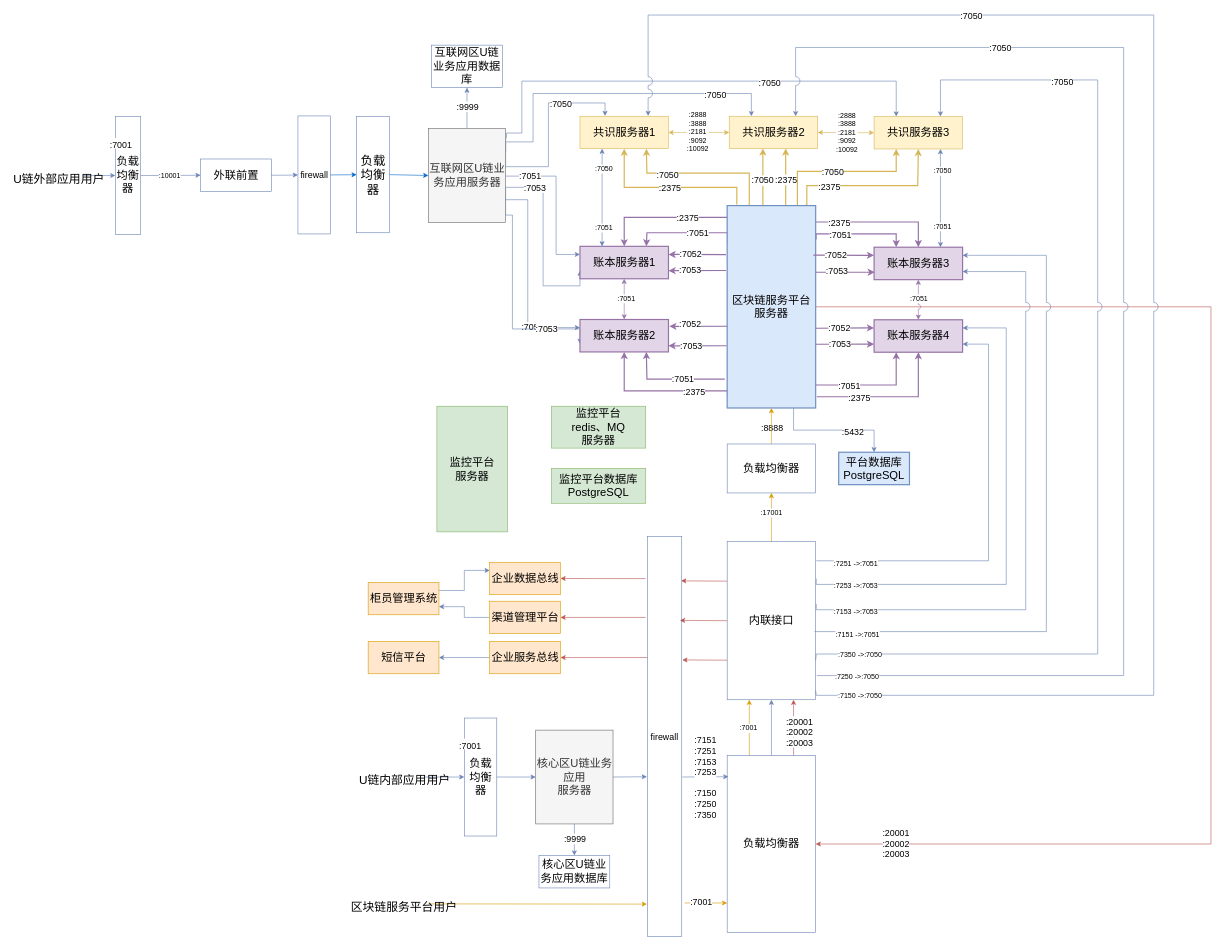
This is repository/drawio/postb/网络拓扑图.drawio from dilide/collections, a draw.io file, before an edit. Source tidied: cells renumbered, new cells numbered last; positions are measured from the earlier drawing's top-left corner, leaving out a move shared by most shapes. Both pictures are drawn from the tidied source at 59%, with x=0, y=0 at pixel (10, 15).
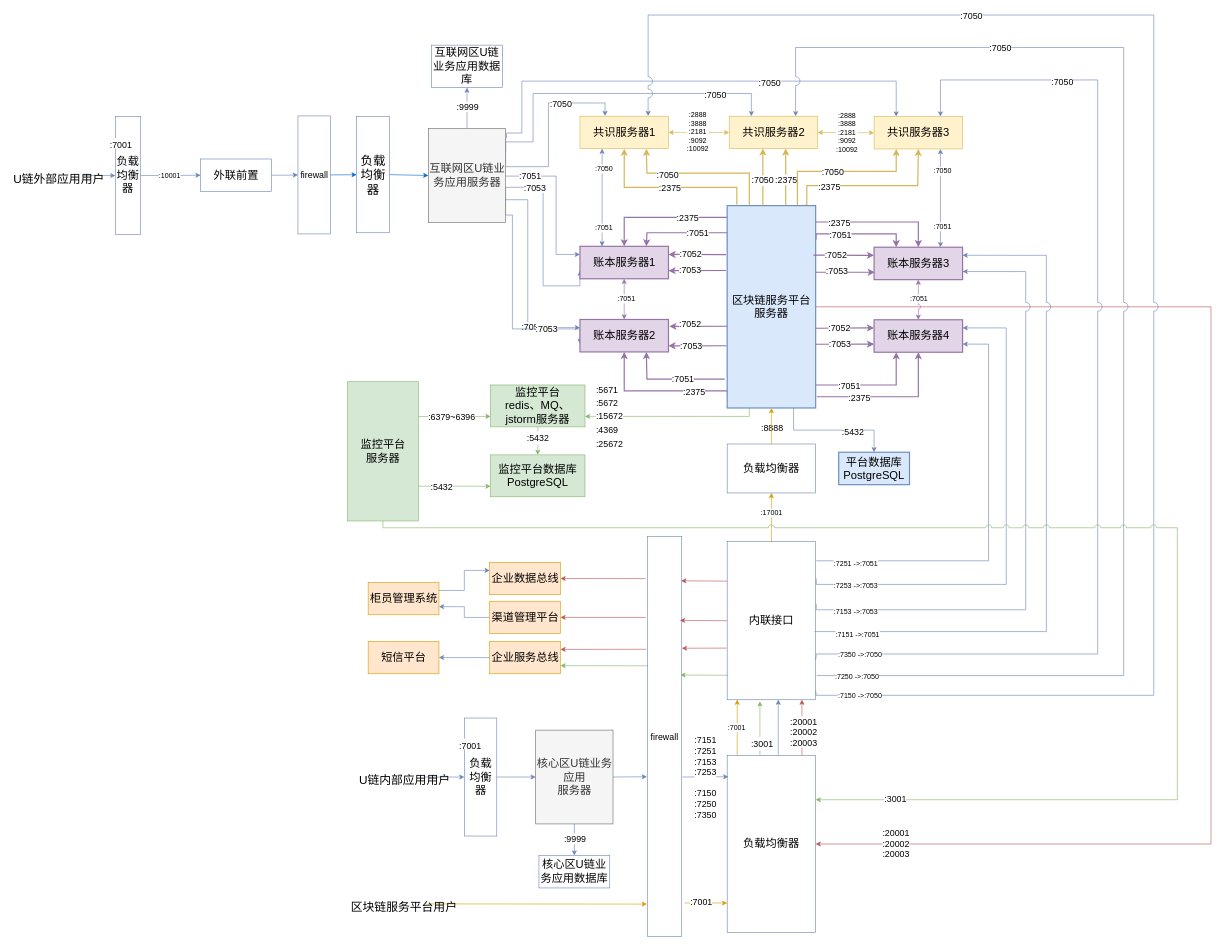
Above is the later version.

Commit message:
Update 网络拓扑图.drawio

The change refers to these unchanged cells:
```xml
<mxCell id="8" value="负载均衡器" style="rounded=0;whiteSpace=wrap;html=1;labelBackgroundColor=none;strokeColor=#6881B3;fillColor=none;fontSize=19;align=center;" parent="1" vertex="1">
  <mxGeometry x="1215" y="1255" width="150" height="300" as="geometry" />
</mxCell>
<mxCell id="74" value="区块链服务平台服务器" style="rounded=0;whiteSpace=wrap;html=1;labelBackgroundColor=none;strokeColor=#6c8ebf;fillColor=#dae8fc;fontSize=19;align=center;strokeWidth=2;" parent="1" vertex="1">
  <mxGeometry x="1215" y="323" width="150" height="343" as="geometry" />
</mxCell>
<mxCell id="96" value="企业服务总线" style="rounded=0;whiteSpace=wrap;html=1;labelBackgroundColor=none;strokeColor=#d79b00;fillColor=#ffe6cc;fontSize=19;align=center;" parent="1" vertex="1">
  <mxGeometry x="812.5" y="1061.5" width="120" height="55" as="geometry" />
</mxCell>
<mxCell id="107" value="firewall" style="rounded=0;whiteSpace=wrap;html=1;labelBackgroundColor=none;strokeColor=#6881B3;fillColor=none;fontSize=15;align=center;rotation=0;" parent="1" vertex="1">
  <mxGeometry x="1080" y="884" width="58" height="678" as="geometry" />
</mxCell>
<mxCell id="131" value="内联接口" style="rounded=0;whiteSpace=wrap;html=1;labelBackgroundColor=none;strokeColor=#6881B3;fillColor=none;fontSize=19;align=center;" parent="1" vertex="1">
  <mxGeometry x="1215" y="892.5" width="150" height="268" as="geometry" />
</mxCell>
```

The edit, as a diff of the source:
```diff
@@
-    <mxCell id="4" style="edgeStyle=orthogonalEdgeStyle;rounded=0;jumpStyle=arc;jumpSize=15;jettySize=auto;html=1;exitX=0.25;exitY=0;exitDx=0;exitDy=0;entryX=0.25;entryY=1;entryDx=0;entryDy=0;strokeColor=#d79b00;fontSize=15;fillColor=#ffe6cc;" parent="1" edge="1" source="8" target="131">
-      <mxGeometry relative="1" as="geometry" />
+    <mxCell id="4" style="edgeStyle=orthogonalEdgeStyle;rounded=0;jumpStyle=arc;jumpSize=15;orthogonalLoop=1;jettySize=auto;html=1;exitX=0.25;exitY=0;exitDx=0;exitDy=0;entryX=0.25;entryY=1;entryDx=0;entryDy=0;strokeColor=#d79b00;fontSize=15;fillColor=#ffe6cc;" parent="1" edge="1">
+      <mxGeometry relative="1" as="geometry">
+        <mxPoint x="1232" y="1254.6" as="sourcePoint" />
+        <mxPoint x="1232" y="1160.3" as="targetPoint" />
+      </mxGeometry>
     </mxCell>
@@
-    <mxCell id="6" style="edgeStyle=orthogonalEdgeStyle;rounded=0;jumpStyle=arc;jumpSize=15;jettySize=auto;html=1;exitX=0.5;exitY=0;exitDx=0;exitDy=0;entryX=0.5;entryY=1;entryDx=0;entryDy=0;strokeColor=#6881B3;fontSize=15;" parent="1" edge="1" source="8" target="131">
-      <mxGeometry relative="1" as="geometry" />
+    <mxCell id="6" style="edgeStyle=orthogonalEdgeStyle;rounded=0;jumpStyle=arc;jumpSize=15;orthogonalLoop=1;jettySize=auto;html=1;exitX=0.5;exitY=0;exitDx=0;exitDy=0;entryX=0.5;entryY=1;entryDx=0;entryDy=0;strokeColor=#6881B3;fontSize=15;" parent="1" edge="1">
+      <mxGeometry relative="1" as="geometry">
+        <mxPoint x="1301.6" y="1254.6" as="sourcePoint" />
+        <mxPoint x="1301.6" y="1160.3" as="targetPoint" />
+      </mxGeometry>
     </mxCell>
-    <mxCell id="7" style="edgeStyle=orthogonalEdgeStyle;rounded=0;jumpStyle=arc;jumpSize=8;jettySize=auto;html=1;exitX=0.75;exitY=0;exitDx=0;exitDy=0;entryX=0.75;entryY=1;entryDx=0;entryDy=0;strokeColor=#b85450;fontSize=15;fillColor=#f8cecc;" parent="1" edge="1" source="8" target="131">
-      <mxGeometry relative="1" as="geometry" />
+    <mxCell id="7" style="edgeStyle=orthogonalEdgeStyle;rounded=0;jumpStyle=arc;jumpSize=8;orthogonalLoop=1;jettySize=auto;html=1;exitX=0.75;exitY=0;exitDx=0;exitDy=0;entryX=0.75;entryY=1;entryDx=0;entryDy=0;strokeColor=#b85450;fontSize=15;fillColor=#f8cecc;" parent="1" edge="1">
+      <mxGeometry relative="1" as="geometry">
+        <mxPoint x="1341.7" y="1254.6" as="sourcePoint" />
+        <mxPoint x="1341.7" y="1160.3" as="targetPoint" />
+      </mxGeometry>
     </mxCell>
@@
+    <mxCell id="166" style="edgeStyle=orthogonalEdgeStyle;rounded=0;jettySize=auto;html=1;exitX=0.25;exitY=1;exitDx=0;exitDy=0;entryX=1;entryY=0.75;entryDx=0;entryDy=0;fontSize=19;fillColor=#d5e8d4;strokeColor=#82b366;" parent="1" edge="1" source="74" target="163">
+      <mxGeometry relative="1" as="geometry">
+        <Array as="points">
+          <mxPoint x="1252" y="680" />
+        </Array>
+      </mxGeometry>
+    </mxCell>
+    <mxCell id="167" value="&lt;span style=&quot;font-size: 15px&quot;&gt;:5671&lt;br&gt;:5672&lt;br&gt;:15672&lt;br&gt;:4369&lt;br&gt;:25672&lt;br&gt;&lt;/span&gt;" style="text;html=1;align=left;verticalAlign=middle;labelBackgroundColor=#ffffff;fontSize=19;" parent="166" vertex="1">
+      <mxGeometry x="0.71" y="-1" relative="1" as="geometry">
+        <mxPoint x="-25.5" as="offset" />
+      </mxGeometry>
+    </mxCell>
@@
+    <mxCell id="168" style="edgeStyle=orthogonalEdgeStyle;rounded=0;jumpStyle=arc;jumpSize=10;jettySize=auto;html=1;exitX=1;exitY=0.75;exitDx=0;exitDy=0;entryX=0.01;entryY=0.323;entryDx=0;entryDy=0;entryPerimeter=0;fontSize=19;endArrow=none;endFill=0;startArrow=classic;startFill=1;fillColor=#d5e8d4;strokeColor=#82b366;" parent="1" edge="1" source="96" target="107">
+      <mxGeometry relative="1" as="geometry" />
+    </mxCell>
@@
-    <mxCell id="130" style="edgeStyle=orthogonalEdgeStyle;rounded=0;jumpStyle=arc;jumpSize=8;jettySize=auto;html=1;exitX=0;exitY=0.75;exitDx=0;exitDy=0;strokeColor=#b85450;fontSize=15;fillColor=#f8cecc;" parent="1" edge="1" source="131">
-      <mxGeometry relative="1" as="geometry">
-        <mxPoint x="1139" y="1093" as="targetPoint" />
-      </mxGeometry>
-    </mxCell>
@@
-    <mxCell id="158" style="endArrow=classic;html=1;strokeColor=#b85450;fontSize=15;entryX=1;entryY=0.5;entryDx=0;entryDy=0;fillColor=#f8cecc;" parent="1" edge="1" target="96">
+    <mxCell id="158" style="endArrow=classic;html=1;strokeColor=#b85450;fontSize=15;entryX=1;entryY=0.25;entryDx=0;entryDy=0;fillColor=#f8cecc;" parent="1" edge="1" target="96">
       <mxGeometry relative="1" as="geometry">
-        <mxPoint x="1080" y="1089" as="sourcePoint" />
+        <mxPoint x="1078" y="1075" as="sourcePoint" />
       </mxGeometry>
     </mxCell>
@@
     <mxCell id="162" value="&lt;span style=&quot;font-size: 15px ; text-align: center ; background-color: rgb(255 , 255 , 255)&quot;&gt;:20001&lt;/span&gt;&lt;br style=&quot;font-size: 15px ; text-align: center ; background-color: rgb(255 , 255 , 255)&quot;&gt;&lt;span style=&quot;font-size: 15px ; text-align: center ; background-color: rgb(255 , 255 , 255)&quot;&gt;:20002&lt;/span&gt;&lt;br style=&quot;font-size: 15px ; text-align: center ; background-color: rgb(255 , 255 , 255)&quot;&gt;&lt;span style=&quot;font-size: 15px ; text-align: center ; background-color: rgb(255 , 255 , 255)&quot;&gt;:20003&lt;/span&gt;" style="text;html=1;align=left;verticalAlign=top;spacingTop=-4;fontSize=12;" parent="1" vertex="1">
-      <mxGeometry x="1312.5" y="1185.5" width="56" height="45" as="geometry" />
+      <mxGeometry x="1319.5" y="1185.5" width="56" height="45" as="geometry" />
     </mxCell>
+    <mxCell id="169" style="edgeStyle=orthogonalEdgeStyle;rounded=0;jettySize=auto;html=1;fontSize=19;fillColor=#d5e8d4;strokeColor=#82b366;" parent="1" edge="1" source="163" target="165">
+      <mxGeometry relative="1" as="geometry" />
+    </mxCell>
+    <mxCell id="170" value="&lt;span style=&quot;font-size: 15px&quot;&gt;:5432&lt;/span&gt;" style="text;html=1;align=center;verticalAlign=middle;labelBackgroundColor=#ffffff;fontSize=19;" parent="169" vertex="1">
+      <mxGeometry x="-0.22" y="-1" relative="1" as="geometry">
+        <mxPoint y="-1" as="offset" />
+      </mxGeometry>
+    </mxCell>
-    <mxCell id="163" value="监控平台&lt;br style=&quot;font-size: 19px&quot;&gt;redis、MQ&lt;br style=&quot;font-size: 19px&quot;&gt;服务器" style="rounded=0;whiteSpace=wrap;html=1;fontSize=19;align=center;fillColor=#d5e8d4;strokeColor=#82b366;" parent="1" vertex="1">
-      <mxGeometry x="917" y="663" width="160" height="71" as="geometry" />
+    <mxCell id="163" value="监控平台&lt;br style=&quot;font-size: 19px&quot;&gt;redis、MQ、jstorm服务器" style="rounded=0;whiteSpace=wrap;html=1;fontSize=19;align=center;fillColor=#d5e8d4;strokeColor=#82b366;" parent="1" vertex="1">
+      <mxGeometry x="814" y="627" width="160" height="71" as="geometry" />
     </mxCell>
+    <mxCell id="171" style="edgeStyle=orthogonalEdgeStyle;rounded=0;jettySize=auto;html=1;exitX=1;exitY=0.25;exitDx=0;exitDy=0;entryX=0;entryY=0.75;entryDx=0;entryDy=0;fontSize=19;fillColor=#d5e8d4;strokeColor=#82b366;" parent="1" edge="1" source="164" target="163">
+      <mxGeometry relative="1" as="geometry" />
+    </mxCell>
+    <mxCell id="172" value="&lt;font style=&quot;font-size: 15px&quot;&gt;:6379~6396&lt;/font&gt;" style="text;html=1;align=center;verticalAlign=middle;labelBackgroundColor=#ffffff;fontSize=19;" parent="171" vertex="1">
+      <mxGeometry x="-0.34" relative="1" as="geometry">
+        <mxPoint x="16" as="offset" />
+      </mxGeometry>
+    </mxCell>
+    <mxCell id="173" style="edgeStyle=orthogonalEdgeStyle;rounded=0;jettySize=auto;html=1;exitX=1;exitY=0.75;exitDx=0;exitDy=0;entryX=0;entryY=0.75;entryDx=0;entryDy=0;fontSize=19;fillColor=#d5e8d4;strokeColor=#82b366;" parent="1" edge="1" source="164" target="165">
+      <mxGeometry relative="1" as="geometry" />
+    </mxCell>
+    <mxCell id="174" value="&lt;font style=&quot;font-size: 15px&quot;&gt;:5432&lt;/font&gt;" style="text;html=1;align=center;verticalAlign=middle;labelBackgroundColor=#ffffff;fontSize=19;" parent="173" vertex="1">
+      <mxGeometry x="-0.36" relative="1" as="geometry" />
+    </mxCell>
+    <mxCell id="175" style="edgeStyle=orthogonalEdgeStyle;rounded=0;jettySize=auto;html=1;exitX=0.5;exitY=1;exitDx=0;exitDy=0;entryX=1;entryY=0.25;entryDx=0;entryDy=0;fontSize=19;jumpStyle=arc;jumpSize=10;fillColor=#d5e8d4;strokeColor=#82b366;" parent="1" edge="1" source="164" target="8">
+      <mxGeometry relative="1" as="geometry">
+        <Array as="points">
+          <mxPoint x="632" y="869" />
+          <mxPoint x="1978" y="869" />
+          <mxPoint x="1978" y="1330" />
+        </Array>
+      </mxGeometry>
+    </mxCell>
+    <mxCell id="176" value="&lt;font style=&quot;font-size: 15px&quot;&gt;:3001&lt;/font&gt;" style="text;html=1;align=center;verticalAlign=middle;labelBackgroundColor=#ffffff;fontSize=19;" parent="175" vertex="1">
+      <mxGeometry x="0.89" y="3" relative="1" as="geometry">
+        <mxPoint y="-6" as="offset" />
+      </mxGeometry>
+    </mxCell>
     <mxCell id="164" value="监控平台&lt;br&gt;服务器" style="rounded=0;whiteSpace=wrap;html=1;fontSize=19;align=center;fillColor=#d5e8d4;strokeColor=#82b366;" parent="1" vertex="1">
-      <mxGeometry x="723" y="663" width="120" height="213" as="geometry" />
+      <mxGeometry x="571.5" y="621.5" width="120" height="236" as="geometry" />
     </mxCell>
     <mxCell id="165" value="监控平台数据库&lt;br&gt;PostgreSQL" style="rounded=0;whiteSpace=wrap;html=1;fontSize=19;align=center;fillColor=#d5e8d4;strokeColor=#82b366;" parent="1" vertex="1">
-      <mxGeometry x="917" y="768.5" width="160" height="59" as="geometry" />
+      <mxGeometry x="814" y="745.5" width="160" height="71" as="geometry" />
     </mxCell>
+    <mxCell id="177" style="endArrow=classic;html=1;fontSize=19;entryX=0.37;entryY=1.01;entryDx=0;entryDy=0;entryPerimeter=0;exitX=0.37;exitY=-0.001;exitDx=0;exitDy=0;exitPerimeter=0;fillColor=#d5e8d4;strokeColor=#82b366;" parent="1" edge="1" source="8" target="131">
+      <mxGeometry relative="1" as="geometry" />
+    </mxCell>
+    <mxCell id="178" value="&lt;font style=&quot;font-size: 15px&quot;&gt;:3001&lt;/font&gt;" style="text;html=1;align=center;verticalAlign=middle;labelBackgroundColor=#ffffff;fontSize=19;" parent="177" vertex="1">
+      <mxGeometry x="-0.56" y="-3" relative="1" as="geometry" />
+    </mxCell>
+    <mxCell id="179" style="endArrow=classic;html=1;fontSize=19;entryX=1.02;entryY=0.279;entryDx=0;entryDy=0;entryPerimeter=0;fillColor=#f8cecc;strokeColor=#b85450;" parent="1" edge="1">
+      <mxGeometry relative="1" as="geometry">
+        <mxPoint x="1214" y="1073" as="sourcePoint" />
+        <mxPoint x="1138.2" y="1073.2" as="targetPoint" />
+      </mxGeometry>
+    </mxCell>
+    <mxCell id="180" style="endArrow=classic;html=1;fontSize=19;entryX=0.995;entryY=0.346;entryDx=0;entryDy=0;entryPerimeter=0;fillColor=#d5e8d4;strokeColor=#82b366;" parent="1" edge="1">
+      <mxGeometry relative="1" as="geometry">
+        <mxPoint x="1217" y="1119" as="sourcePoint" />
+        <mxPoint x="1135.7" y="1118.6" as="targetPoint" />
+      </mxGeometry>
+    </mxCell>
```
